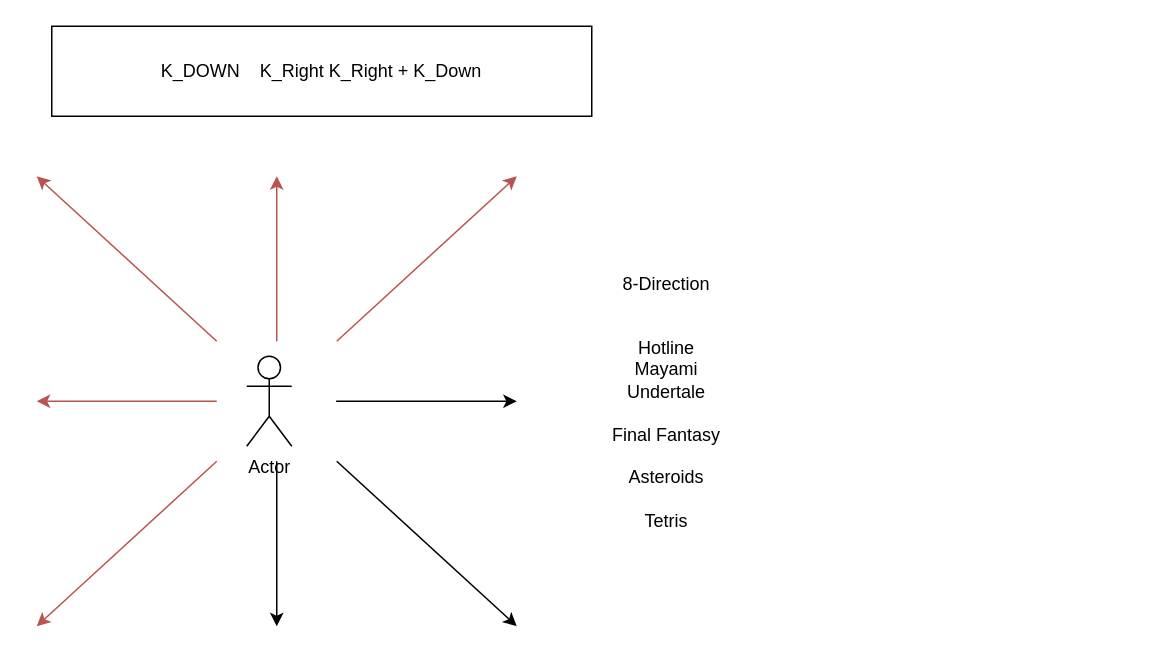
MorokStary/IT_School_9_PyGame keeps this draw.io diagram as Draw.drawio. Above is the earlier version. Source tidied: cells renumbered, new cells numbered last; positions are measured from the earlier drawing's top-left corner, leaving out a move shared by most shapes. Both pictures are drawn from the tidied source at 150%, with x=0, y=0 at pixel (36, 26).
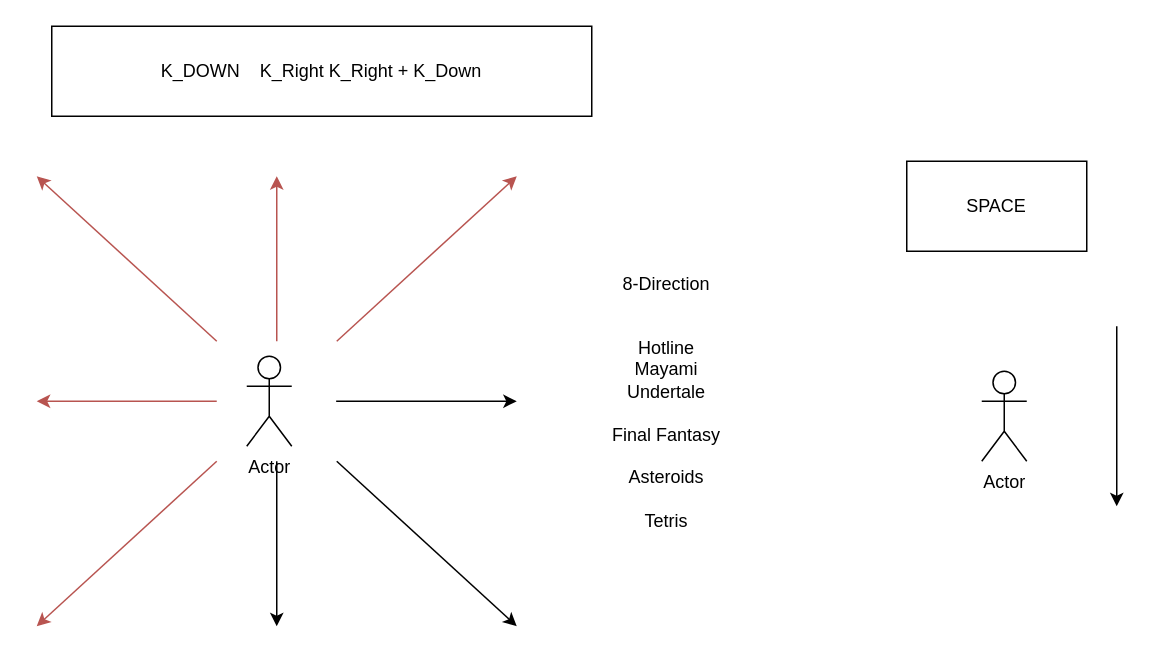
After the change.

Commit message (it also covers changes not shown here):
ADD Movement 8Dir or Grav Change

Change to the diagram source:
```diff
@@
+    <mxCell id="14" value="Actor" style="shape=umlActor;verticalLabelPosition=bottom;verticalAlign=top;html=1;" parent="1" vertex="1">
+      <mxGeometry x="630" y="230" width="30" height="60" as="geometry" />
+    </mxCell>
+    <mxCell id="15" value="SPACE" style="rounded=0;whiteSpace=wrap;html=1;" parent="1" vertex="1">
+      <mxGeometry x="580" y="90" width="120" height="60" as="geometry" />
+    </mxCell>
+    <mxCell id="16" style="endArrow=classic;html=1;" parent="1" edge="1">
+      <mxGeometry relative="1" as="geometry">
+        <mxPoint x="720" y="200" as="sourcePoint" />
+        <mxPoint x="720" y="320" as="targetPoint" />
+      </mxGeometry>
+    </mxCell>
```
